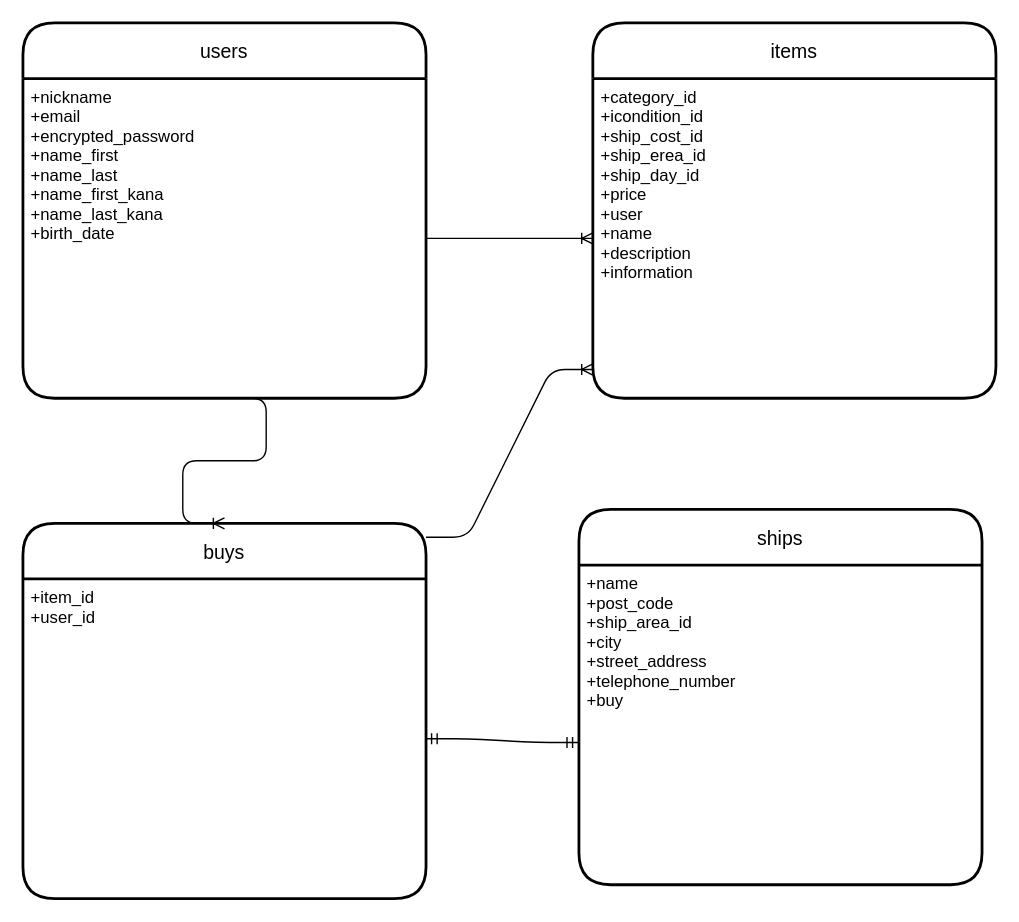
Above: furima.dio in komashige/furima-39825-k (draw.io), before the change. Source tidied: cells renumbered, new cells numbered last; positions are measured from the earlier drawing's top-left corner, leaving out a move shared by most shapes. Both pictures are drawn from the tidied source at 139%, with x=0, y=0 at pixel (22, 22).
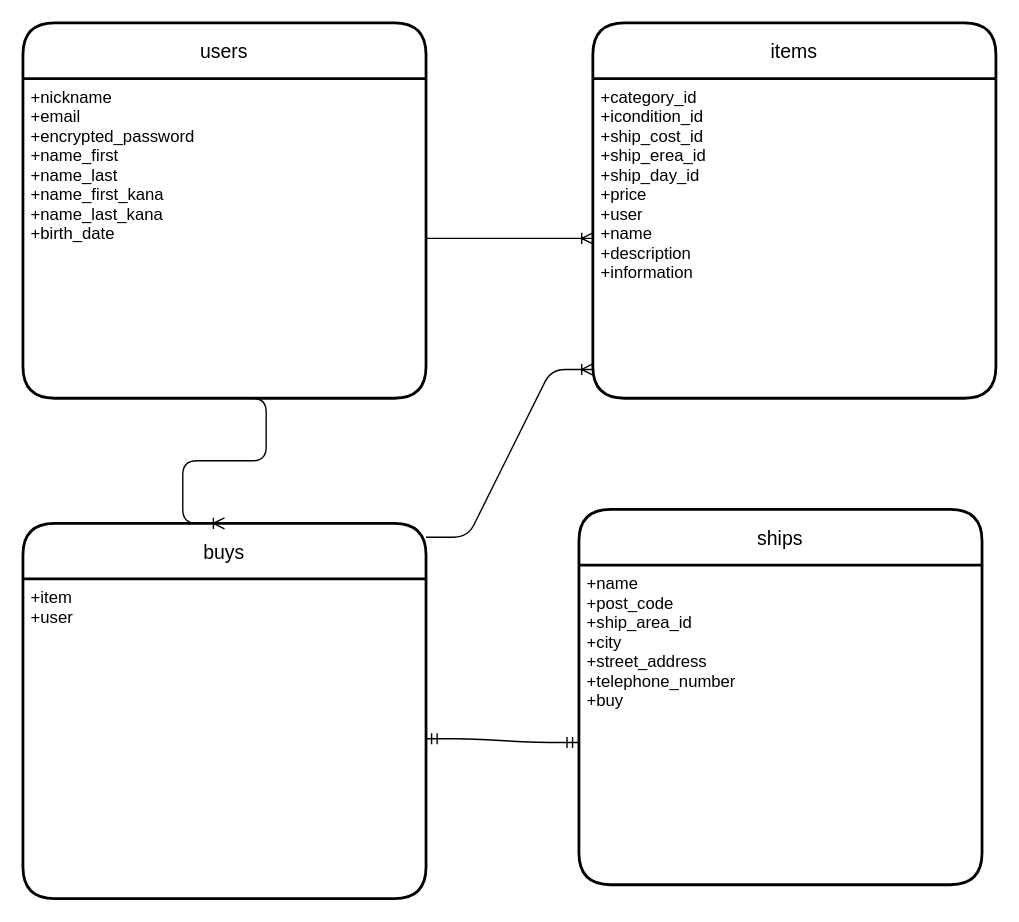
After the change.

Commit message (it also covers changes not shown here):
ER図、データベース設計５回目

What changed in the source:
```diff
@@
 <mxGraphModel>
   <root>
     <mxCell id="0" />
     <mxCell id="1" parent="0" />
     <mxCell id="2" value="users" style="swimlane;horizontal=1;startSize=40;rounded=1;fontSize=14;fontStyle=0;strokeWidth=2;shadow=0;dashed=0;align=center;arcSize=19;" parent="1" vertex="1">
       <mxGeometry width="290" height="270" as="geometry" />
     </mxCell>
     <mxCell id="3" value="+nickname&#10;+email&#10;+encrypted_password&#10;+name_first&#10;+name_last&#10;+name_first_kana&#10;+name_last_kana&#10;+birth_date" style="align=left;strokeColor=none;fillColor=none;spacingLeft=4;fontSize=12;verticalAlign=top;" parent="2" vertex="1">
       <mxGeometry y="40" width="290" height="230" as="geometry" />
     </mxCell>
     <mxCell id="4" value="items" style="swimlane;horizontal=1;startSize=40;rounded=1;fontSize=14;fontStyle=0;strokeWidth=2;shadow=0;dashed=0;align=center;arcSize=19;" parent="1" vertex="1">
       <mxGeometry x="410" width="290" height="270" as="geometry" />
     </mxCell>
     <mxCell id="5" value="+category_id&#10;+icondition_id&#10;+ship_cost_id&#10;+ship_erea_id&#10;+ship_day_id&#10;+price&#10;+user&#10;+name&#10;+description&#10;+information" style="align=left;strokeColor=none;fillColor=none;spacingLeft=4;fontSize=12;verticalAlign=top;" parent="4" vertex="1">
       <mxGeometry y="40" width="290" height="230" as="geometry" />
     </mxCell>
     <mxCell id="6" value="buys" style="swimlane;horizontal=1;startSize=40;rounded=1;fontSize=14;fontStyle=0;strokeWidth=2;shadow=0;dashed=0;align=center;arcSize=19;" parent="1" vertex="1">
       <mxGeometry y="360" width="290" height="270" as="geometry" />
     </mxCell>
-    <mxCell id="7" value="+item_id&#10;+user_id" style="align=left;strokeColor=none;fillColor=none;spacingLeft=4;fontSize=12;verticalAlign=top;" parent="6" vertex="1">
+    <mxCell id="7" value="+item&#10;+user" style="align=left;strokeColor=none;fillColor=none;spacingLeft=4;fontSize=12;verticalAlign=top;" parent="6" vertex="1">
       <mxGeometry y="40" width="290" height="230" as="geometry" />
     </mxCell>
     <mxCell id="8" value="ships" style="swimlane;horizontal=1;startSize=40;rounded=1;fontSize=14;fontStyle=0;strokeWidth=2;shadow=0;dashed=0;align=center;arcSize=19;" parent="1" vertex="1">
       <mxGeometry x="400" y="350" width="290" height="270" as="geometry" />
     </mxCell>
     <mxCell id="9" value="+name&#10;+post_code&#10;+ship_area_id&#10;+city&#10;+street_address&#10;+telephone_number&#10;+buy" style="align=left;strokeColor=none;fillColor=none;spacingLeft=4;fontSize=12;verticalAlign=top;" parent="8" vertex="1">
       <mxGeometry y="40" width="290" height="230" as="geometry" />
     </mxCell>
     <mxCell id="10" style="edgeStyle=entityRelationEdgeStyle;fontSize=12;html=1;endArrow=ERoneToMany;" parent="1" edge="1" source="3">
       <mxGeometry relative="1" as="geometry">
         <mxPoint x="410" y="155" as="targetPoint" />
       </mxGeometry>
     </mxCell>
     <mxCell id="11" style="edgeStyle=entityRelationEdgeStyle;fontSize=12;html=1;endArrow=ERoneToMany;exitX=0.5;exitY=1;exitDx=0;exitDy=0;entryX=0.5;entryY=0;entryDx=0;entryDy=0;" parent="1" edge="1" source="3" target="6">
       <mxGeometry relative="1" as="geometry" />
     </mxCell>
     <mxCell id="12" style="edgeStyle=entityRelationEdgeStyle;fontSize=12;html=1;endArrow=ERmandOne;startArrow=ERmandOne;entryX=-0.002;entryY=0.555;entryDx=0;entryDy=0;entryPerimeter=0;" parent="1" edge="1" target="9">
       <mxGeometry relative="1" as="geometry">
         <mxPoint x="290" y="515" as="sourcePoint" />
       </mxGeometry>
     </mxCell>
     <mxCell id="13" style="edgeStyle=entityRelationEdgeStyle;fontSize=12;html=1;endArrow=ERoneToMany;exitX=1;exitY=0.037;exitDx=0;exitDy=0;exitPerimeter=0;entryX=0;entryY=0.91;entryDx=0;entryDy=0;entryPerimeter=0;" parent="1" edge="1" source="6" target="5">
       <mxGeometry relative="1" as="geometry" />
     </mxCell>
   </root>
 </mxGraphModel>
```
